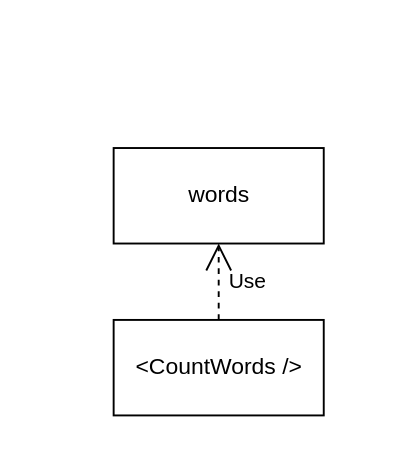
Above: page "Stable dependency" (3 of 5) of content/posts/094-dependencies/diagrams/diagram.drawio in panzerdp/dmitripavlutin.com (draw.io), before the change. Source tidied: cells renumbered, new cells numbered last; positions are measured from the earlier drawing's top-left corner, leaving out a move shared by most shapes. Both pictures are drawn from the tidied source at 191%, with x=0, y=0 at pixel (113, 147).
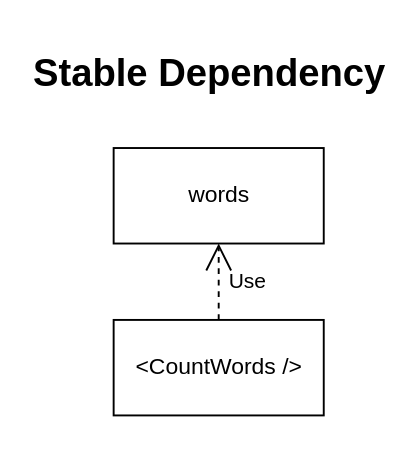
Above is the later version.

Commit message (it also covers changes not shown here):
Add dependencies diagrams

What changed in the source:
```diff
@@
 <mxGraphModel>
   <root>
     <mxCell id="0" />
     <mxCell id="1" parent="0" />
     <mxCell id="2" value="&amp;lt;CountWords /&amp;gt;" style="html=1;" parent="1" vertex="1">
       <mxGeometry y="90" width="110" height="50" as="geometry" />
     </mxCell>
     <mxCell id="3" value="words" style="html=1;" parent="1" vertex="1">
       <mxGeometry width="110" height="50" as="geometry" />
     </mxCell>
     <mxCell id="4" value="Use" style="endArrow=open;endSize=12;dashed=1;html=1;entryX=0.5;entryY=1;entryDx=0;entryDy=0;labelBackgroundColor=none;" parent="1" edge="1" source="2" target="3">
       <mxGeometry y="-15" relative="1" as="geometry" />
     </mxCell>
+    <mxCell id="5" value="Stable Dependency" style="text;strokeColor=none;fillColor=none;html=1;fontSize=20;fontStyle=1;verticalAlign=middle;align=center;" parent="1" vertex="1">
+      <mxGeometry y="-60" width="100" height="40" as="geometry" />
+    </mxCell>
   </root>
 </mxGraphModel>
```
